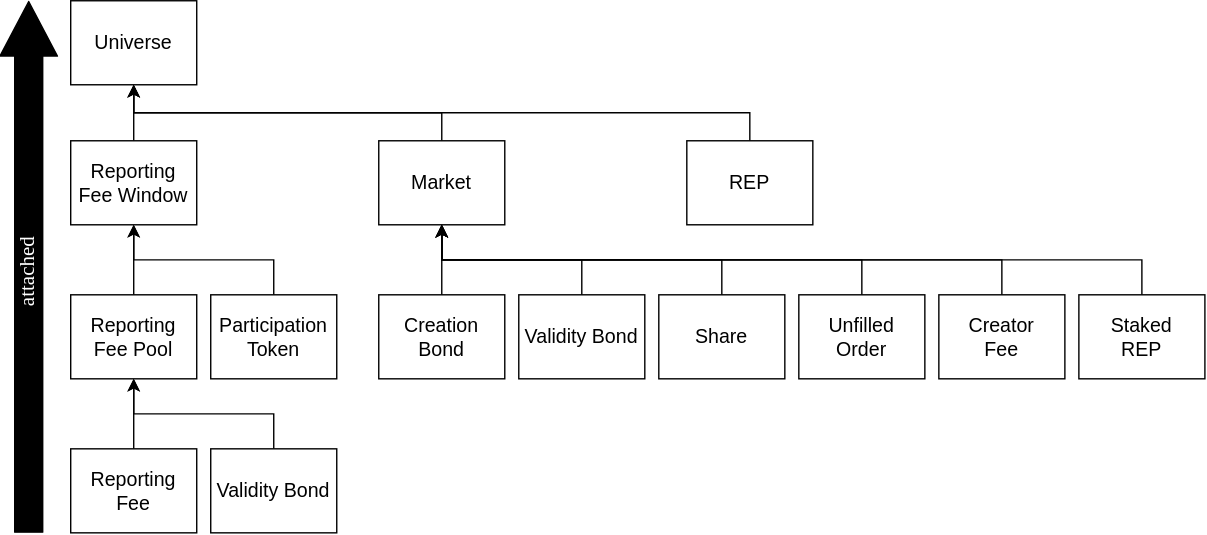
Before: assets/images/version2-english/fork/migration-of-the-objects/relationships-between-objects.svg, a diagram exported from draw.io (msagansk/Augur.Guide). Source tidied: cells renumbered, new cells last; positions are measured from the earlier drawing's top-left corner, leaving out a move shared by most shapes. The source it was exported from:
```xml
<mxGraphModel background="#ffffff">
  <root>
    <mxCell id="0" />
    <mxCell id="1" parent="0" />
    <mxCell id="2" value="Universe" style="whiteSpace=wrap;html=1;align=center;newEdgeStyle={&quot;edgeStyle&quot;:&quot;elbowEdgeStyle&quot;,&quot;startArrow&quot;:&quot;none&quot;,&quot;endArrow&quot;:&quot;none&quot;};fontSize=14;" parent="1" vertex="1">
      <mxGeometry x="30" width="90" height="60" as="geometry" />
    </mxCell>
    <mxCell id="3" style="edgeStyle=orthogonalEdgeStyle;rounded=0;jettySize=auto;html=1;exitX=0.5;exitY=0;exitDx=0;exitDy=0;entryX=0.5;entryY=1;entryDx=0;entryDy=0;" parent="1" edge="1" source="4" target="12">
      <mxGeometry relative="1" as="geometry" />
    </mxCell>
    <mxCell id="4" value="Reporting&lt;br style=&quot;font-size: 14px;&quot;&gt;Fee Pool" style="whiteSpace=wrap;html=1;align=center;verticalAlign=middle;newEdgeStyle={&quot;edgeStyle&quot;:&quot;elbowEdgeStyle&quot;,&quot;startArrow&quot;:&quot;none&quot;,&quot;endArrow&quot;:&quot;none&quot;};flipV=1;flipH=1;fontSize=14;" parent="1" vertex="1">
      <mxGeometry x="30" y="210" width="90" height="60" as="geometry" />
    </mxCell>
    <mxCell id="5" style="edgeStyle=orthogonalEdgeStyle;rounded=0;jettySize=auto;html=1;exitX=0.5;exitY=0;exitDx=0;exitDy=0;entryX=0.5;entryY=1;entryDx=0;entryDy=0;" parent="1" edge="1" source="6" target="4">
      <mxGeometry relative="1" as="geometry" />
    </mxCell>
    <mxCell id="6" value="Reporting Fee" style="whiteSpace=wrap;html=1;align=center;verticalAlign=middle;newEdgeStyle={&quot;edgeStyle&quot;:&quot;elbowEdgeStyle&quot;,&quot;startArrow&quot;:&quot;none&quot;,&quot;endArrow&quot;:&quot;none&quot;};flipV=1;flipH=1;fontSize=14;" parent="1" vertex="1">
      <mxGeometry x="30" y="320" width="90" height="60" as="geometry" />
    </mxCell>
    <mxCell id="7" style="edgeStyle=orthogonalEdgeStyle;rounded=0;jettySize=auto;html=1;exitX=0.5;exitY=0;exitDx=0;exitDy=0;entryX=0.5;entryY=1;entryDx=0;entryDy=0;" parent="1" edge="1" source="8" target="4">
      <mxGeometry relative="1" as="geometry" />
    </mxCell>
    <mxCell id="8" value="Validity Bond" style="whiteSpace=wrap;html=1;align=center;verticalAlign=middle;newEdgeStyle={&quot;edgeStyle&quot;:&quot;elbowEdgeStyle&quot;,&quot;startArrow&quot;:&quot;none&quot;,&quot;endArrow&quot;:&quot;none&quot;};flipV=1;flipH=1;fontSize=14;" parent="1" vertex="1">
      <mxGeometry x="130" y="320" width="90" height="60" as="geometry" />
    </mxCell>
    <mxCell id="9" style="edgeStyle=orthogonalEdgeStyle;rounded=0;jettySize=auto;html=1;exitX=0.5;exitY=0;exitDx=0;exitDy=0;entryX=0.5;entryY=1;entryDx=0;entryDy=0;" parent="1" edge="1" source="10" target="2">
      <mxGeometry relative="1" as="geometry" />
    </mxCell>
    <mxCell id="10" value="REP" style="whiteSpace=wrap;html=1;align=center;verticalAlign=middle;newEdgeStyle={&quot;edgeStyle&quot;:&quot;elbowEdgeStyle&quot;,&quot;startArrow&quot;:&quot;none&quot;,&quot;endArrow&quot;:&quot;none&quot;};flipV=1;flipH=1;fontSize=14;" parent="1" vertex="1">
      <mxGeometry x="470" y="100" width="90" height="60" as="geometry" />
    </mxCell>
    <mxCell id="11" style="edgeStyle=orthogonalEdgeStyle;rounded=0;jettySize=auto;html=1;exitX=0.5;exitY=0;exitDx=0;exitDy=0;" parent="1" edge="1" source="12" target="2">
      <mxGeometry relative="1" as="geometry" />
    </mxCell>
    <mxCell id="12" value="Reporting&lt;br style=&quot;font-size: 14px;&quot;&gt;Fee Window" style="whiteSpace=wrap;html=1;align=center;verticalAlign=middle;newEdgeStyle={&quot;edgeStyle&quot;:&quot;elbowEdgeStyle&quot;,&quot;startArrow&quot;:&quot;none&quot;,&quot;endArrow&quot;:&quot;none&quot;};flipV=1;flipH=1;fontSize=14;" parent="1" vertex="1">
      <mxGeometry x="30" y="100" width="90" height="60" as="geometry" />
    </mxCell>
    <mxCell id="13" style="edgeStyle=orthogonalEdgeStyle;rounded=0;jettySize=auto;html=1;exitX=0.5;exitY=0;exitDx=0;exitDy=0;entryX=0.5;entryY=1;entryDx=0;entryDy=0;" parent="1" edge="1" source="24" target="12">
      <mxGeometry relative="1" as="geometry" />
    </mxCell>
    <mxCell id="14" style="edgeStyle=orthogonalEdgeStyle;rounded=0;jettySize=auto;html=1;exitX=0.5;exitY=0;exitDx=0;exitDy=0;entryX=0.5;entryY=1;entryDx=0;entryDy=0;" parent="1" edge="1" source="15" target="2">
      <mxGeometry relative="1" as="geometry" />
    </mxCell>
    <mxCell id="15" value="Market" style="whiteSpace=wrap;html=1;align=center;verticalAlign=middle;newEdgeStyle={&quot;edgeStyle&quot;:&quot;elbowEdgeStyle&quot;,&quot;startArrow&quot;:&quot;none&quot;,&quot;endArrow&quot;:&quot;none&quot;};flipV=1;flipH=1;fontSize=14;" parent="1" vertex="1">
      <mxGeometry x="250" y="100" width="90" height="60" as="geometry" />
    </mxCell>
    <mxCell id="16" style="edgeStyle=orthogonalEdgeStyle;rounded=0;jettySize=auto;html=1;exitX=0.5;exitY=0;exitDx=0;exitDy=0;entryX=0.5;entryY=1;entryDx=0;entryDy=0;" parent="1" edge="1" source="17" target="15">
      <mxGeometry relative="1" as="geometry" />
    </mxCell>
    <mxCell id="17" value="Creation Bond" style="whiteSpace=wrap;html=1;align=center;verticalAlign=middle;newEdgeStyle={&quot;edgeStyle&quot;:&quot;elbowEdgeStyle&quot;,&quot;startArrow&quot;:&quot;none&quot;,&quot;endArrow&quot;:&quot;none&quot;};flipV=1;flipH=1;fontSize=14;" parent="1" vertex="1">
      <mxGeometry x="250" y="210" width="90" height="60" as="geometry" />
    </mxCell>
    <mxCell id="18" style="edgeStyle=orthogonalEdgeStyle;rounded=0;jettySize=auto;html=1;exitX=0.5;exitY=0;exitDx=0;exitDy=0;entryX=0.5;entryY=1;entryDx=0;entryDy=0;" parent="1" edge="1" source="19" target="15">
      <mxGeometry relative="1" as="geometry" />
    </mxCell>
    <mxCell id="19" value="Validity Bond" style="whiteSpace=wrap;html=1;align=center;verticalAlign=middle;newEdgeStyle={&quot;edgeStyle&quot;:&quot;elbowEdgeStyle&quot;,&quot;startArrow&quot;:&quot;none&quot;,&quot;endArrow&quot;:&quot;none&quot;};flipV=1;flipH=1;fontSize=14;" parent="1" vertex="1">
      <mxGeometry x="350" y="210" width="90" height="60" as="geometry" />
    </mxCell>
    <mxCell id="20" style="edgeStyle=orthogonalEdgeStyle;rounded=0;jettySize=auto;html=1;exitX=0.5;exitY=0;exitDx=0;exitDy=0;" parent="1" edge="1" source="21" target="15">
      <mxGeometry relative="1" as="geometry" />
    </mxCell>
    <mxCell id="21" value="Share" style="whiteSpace=wrap;html=1;align=center;verticalAlign=middle;newEdgeStyle={&quot;edgeStyle&quot;:&quot;elbowEdgeStyle&quot;,&quot;startArrow&quot;:&quot;none&quot;,&quot;endArrow&quot;:&quot;none&quot;};flipV=1;flipH=1;fontSize=14;" parent="1" vertex="1">
      <mxGeometry x="450" y="210" width="90" height="60" as="geometry" />
    </mxCell>
    <mxCell id="22" style="edgeStyle=orthogonalEdgeStyle;rounded=0;jettySize=auto;html=1;exitX=0.5;exitY=0;exitDx=0;exitDy=0;entryX=0.5;entryY=1;entryDx=0;entryDy=0;" parent="1" edge="1" source="23" target="15">
      <mxGeometry relative="1" as="geometry" />
    </mxCell>
    <mxCell id="23" value="Unfilled&lt;br style=&quot;font-size: 14px;&quot;&gt;Order" style="whiteSpace=wrap;html=1;align=center;verticalAlign=middle;newEdgeStyle={&quot;edgeStyle&quot;:&quot;elbowEdgeStyle&quot;,&quot;startArrow&quot;:&quot;none&quot;,&quot;endArrow&quot;:&quot;none&quot;};flipV=1;flipH=1;fontSize=14;" parent="1" vertex="1">
      <mxGeometry x="550" y="210" width="90" height="60" as="geometry" />
    </mxCell>
    <mxCell id="24" value="Participation&lt;br style=&quot;font-size: 14px;&quot;&gt;Token" style="whiteSpace=wrap;html=1;align=center;verticalAlign=middle;newEdgeStyle={&quot;edgeStyle&quot;:&quot;elbowEdgeStyle&quot;,&quot;startArrow&quot;:&quot;none&quot;,&quot;endArrow&quot;:&quot;none&quot;};flipV=1;flipH=1;fontSize=14;" parent="1" vertex="1">
      <mxGeometry x="130" y="210" width="90" height="60" as="geometry" />
    </mxCell>
    <mxCell id="25" style="edgeStyle=orthogonalEdgeStyle;rounded=0;jettySize=auto;html=1;exitX=0.5;exitY=0;exitDx=0;exitDy=0;entryX=0.5;entryY=1;entryDx=0;entryDy=0;" parent="1" edge="1" source="26" target="15">
      <mxGeometry relative="1" as="geometry" />
    </mxCell>
    <mxCell id="26" value="Creator&lt;br style=&quot;font-size: 14px;&quot;&gt;Fee" style="whiteSpace=wrap;html=1;align=center;verticalAlign=middle;newEdgeStyle={&quot;edgeStyle&quot;:&quot;elbowEdgeStyle&quot;,&quot;startArrow&quot;:&quot;none&quot;,&quot;endArrow&quot;:&quot;none&quot;};flipV=1;flipH=1;fontSize=14;" parent="1" vertex="1">
      <mxGeometry x="650" y="210" width="90" height="60" as="geometry" />
    </mxCell>
    <mxCell id="27" style="edgeStyle=orthogonalEdgeStyle;rounded=0;jettySize=auto;html=1;exitX=0.5;exitY=0;exitDx=0;exitDy=0;entryX=0.5;entryY=1;entryDx=0;entryDy=0;" parent="1" edge="1" source="28" target="15">
      <mxGeometry relative="1" as="geometry" />
    </mxCell>
    <mxCell id="28" value="Staked&lt;br style=&quot;font-size: 14px;&quot;&gt;REP" style="whiteSpace=wrap;html=1;align=center;verticalAlign=middle;newEdgeStyle={&quot;edgeStyle&quot;:&quot;elbowEdgeStyle&quot;,&quot;startArrow&quot;:&quot;none&quot;,&quot;endArrow&quot;:&quot;none&quot;};flipV=1;flipH=1;fontSize=14;" parent="1" vertex="1">
      <mxGeometry x="750" y="210" width="90" height="60" as="geometry" />
    </mxCell>
    <mxCell id="29" value="attached" style="shape=flexArrow;endArrow=classic;html=1;fillColor=#000000;endWidth=20;endSize=12.67;width=20;fontColor=#FFFFFF;labelBackgroundColor=#000000;fontSize=15;labelPosition=center;verticalLabelPosition=middle;align=right;verticalAlign=middle;horizontal=0;fontFamily=Verdana;" parent="1" edge="1">
      <mxGeometry x="0.11" relative="1" as="geometry">
        <mxPoint y="380" as="sourcePoint" />
        <mxPoint as="targetPoint" />
      </mxGeometry>
    </mxCell>
  </root>
</mxGraphModel>
```
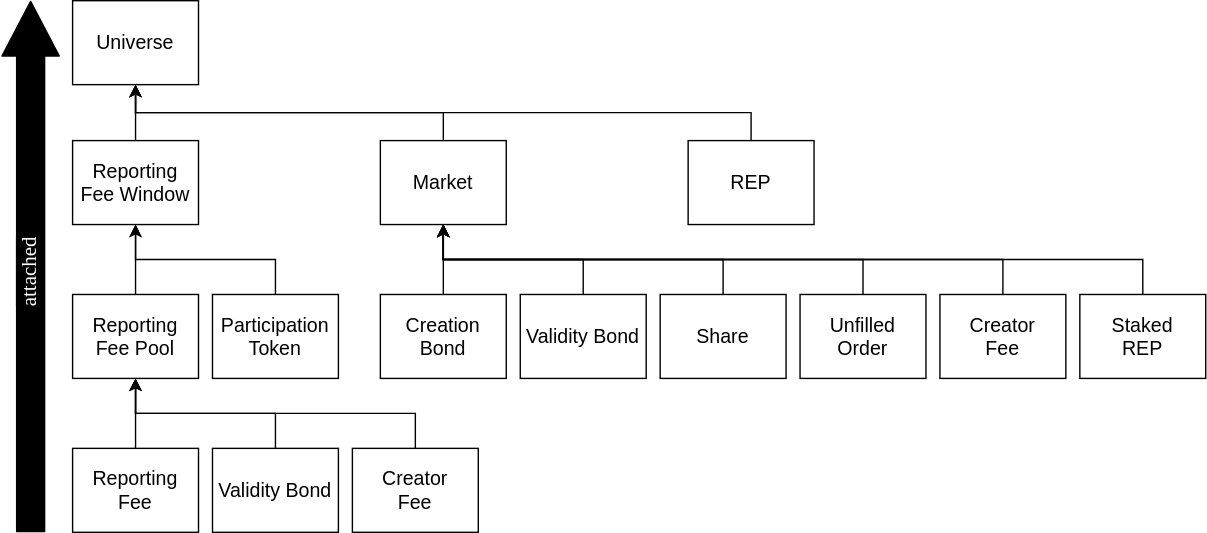
After the commit.

Commit message:
Add Creator Fee to Dispute window

I added the object `Creator Fee` to `Dispute window`, since the fees are pooled when the market finalized as `Invalid`.

The edit, as a diff of the source:
```diff
@@ -89,5 +89,11 @@
         <mxPoint as="targetPoint" />
       </mxGeometry>
     </mxCell>
+    <mxCell id="30" value="Creator&lt;br&gt;Fee" style="whiteSpace=wrap;html=1;align=center;verticalAlign=middle;newEdgeStyle={&quot;edgeStyle&quot;:&quot;elbowEdgeStyle&quot;,&quot;startArrow&quot;:&quot;none&quot;,&quot;endArrow&quot;:&quot;none&quot;};flipV=1;flipH=1;fontSize=14;" parent="1" vertex="1">
+      <mxGeometry x="230" y="320" width="90" height="60" as="geometry" />
+    </mxCell>
+    <mxCell id="31" style="edgeStyle=orthogonalEdgeStyle;rounded=0;jettySize=auto;html=1;exitX=0.5;exitY=0;exitDx=0;exitDy=0;entryX=0.5;entryY=1;entryDx=0;entryDy=0;" parent="1" edge="1" source="30" target="4">
+      <mxGeometry relative="1" as="geometry" />
+    </mxCell>
   </root>
 </mxGraphModel>
```
